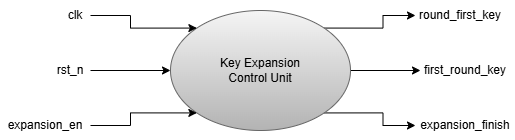
Before: media/AESKeyExpansion-CU_High.png, a diagram exported from draw.io (LQLManZz/AES128-Verilog). Source tidied: cells renumbered, new cells last; positions are measured from the earlier drawing's top-left corner, leaving out a move shared by most shapes.
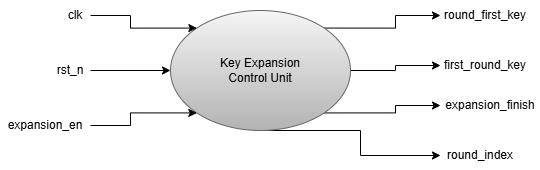
The same diagram one commit later.

Diff of the diagram source:
```diff
@@ -11,6 +11,14 @@
     <mxCell id="4" style="edgeStyle=orthogonalEdgeStyle;rounded=0;jettySize=auto;html=1;exitX=1;exitY=0;exitDx=0;exitDy=0;entryX=0;entryY=0.5;entryDx=0;entryDy=0;" parent="1" edge="1" source="5" target="14">
       <mxGeometry relative="1" as="geometry" />
     </mxCell>
+    <mxCell id="15" style="edgeStyle=orthogonalEdgeStyle;rounded=0;jettySize=auto;html=1;exitX=0.5;exitY=1;exitDx=0;exitDy=0;entryX=0;entryY=0.5;entryDx=0;entryDy=0;" parent="1" edge="1" source="5" target="16">
+      <mxGeometry relative="1" as="geometry">
+        <Array as="points">
+          <mxPoint x="360" y="130" />
+          <mxPoint x="360" y="155" />
+        </Array>
+      </mxGeometry>
+    </mxCell>
     <mxCell id="5" value="Key Expansion&lt;div&gt;Control Unit&lt;/div&gt;" style="ellipse;whiteSpace=wrap;html=1;fillColor=#f5f5f5;gradientColor=#b3b3b3;strokeColor=#666666;" parent="1" vertex="1">
       <mxGeometry x="170" y="10" width="180" height="120" as="geometry" />
     </mxCell>
@@ -33,13 +41,16 @@
       <mxGeometry y="110" width="90" height="30" as="geometry" />
     </mxCell>
     <mxCell id="12" value="expansion_finish" style="text;html=1;whiteSpace=wrap;strokeColor=none;fillColor=none;align=center;verticalAlign=middle;rounded=0;" parent="1" vertex="1">
-      <mxGeometry x="415" y="110" width="100" height="30" as="geometry" />
+      <mxGeometry x="440" y="90" width="100" height="30" as="geometry" />
     </mxCell>
     <mxCell id="13" value="first_round_key" style="text;html=1;whiteSpace=wrap;strokeColor=none;fillColor=none;align=center;verticalAlign=middle;rounded=0;" parent="1" vertex="1">
-      <mxGeometry x="420" y="55" width="90" height="30" as="geometry" />
+      <mxGeometry x="440" y="50" width="90" height="30" as="geometry" />
     </mxCell>
     <mxCell id="14" value="round_first_key" style="text;html=1;whiteSpace=wrap;strokeColor=none;fillColor=none;align=center;verticalAlign=middle;rounded=0;" parent="1" vertex="1">
-      <mxGeometry x="415" width="90" height="30" as="geometry" />
+      <mxGeometry x="440" width="90" height="30" as="geometry" />
     </mxCell>
+    <mxCell id="16" value="round_index" style="text;html=1;whiteSpace=wrap;strokeColor=none;fillColor=none;align=center;verticalAlign=middle;rounded=0;" parent="1" vertex="1">
+      <mxGeometry x="440" y="140" width="80" height="30" as="geometry" />
+    </mxCell>
   </root>
 </mxGraphModel>
```
